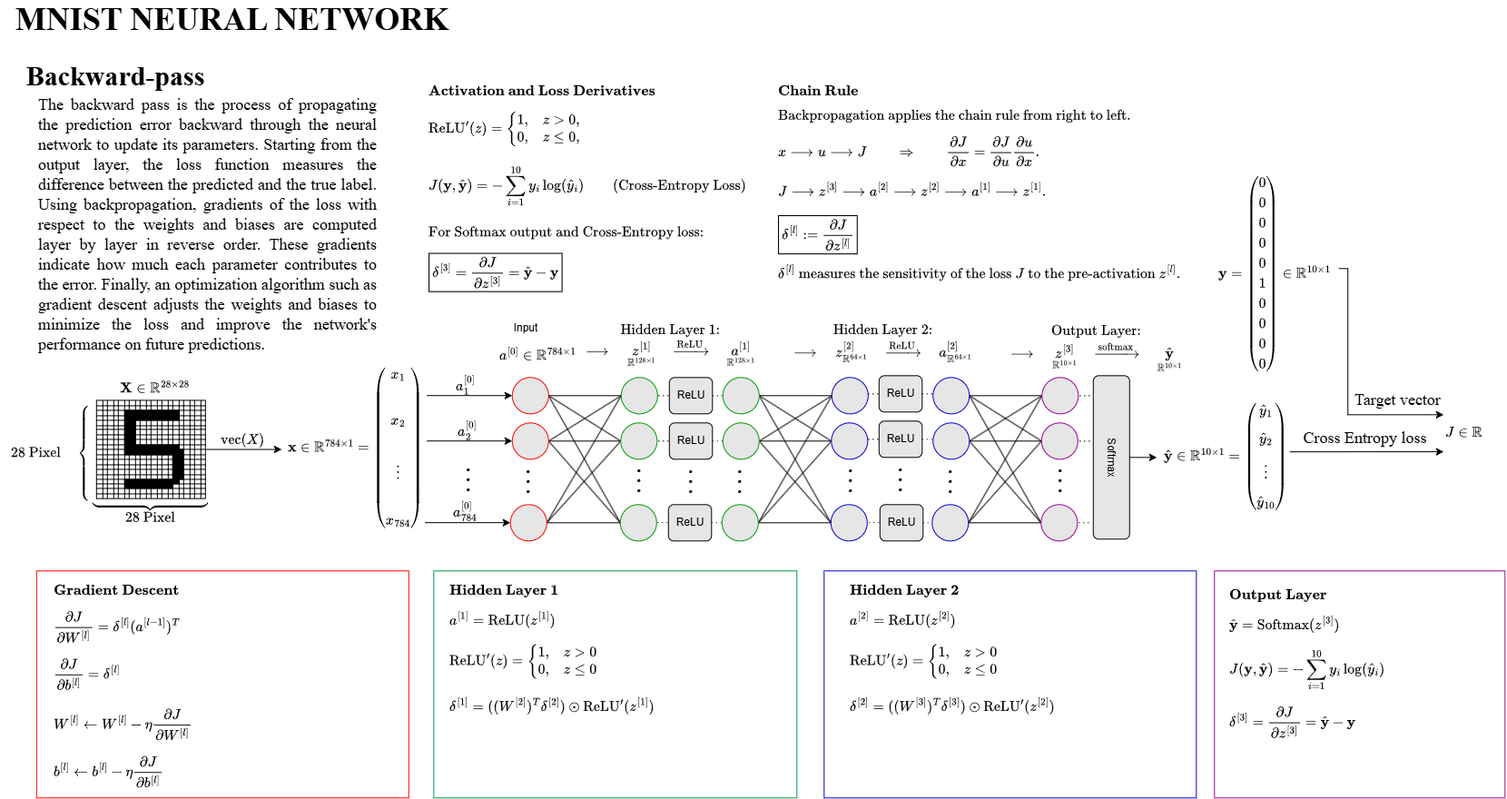
PaulStiebitz/Neural-Network keeps this draw.io diagram as Documents/Backward_pass_mindmap_math.drawio.png. Above is the earlier version. Source tidied: cells renumbered, new cells last; positions are measured from the earlier drawing's top-left corner, leaving out a move shared by most shapes.
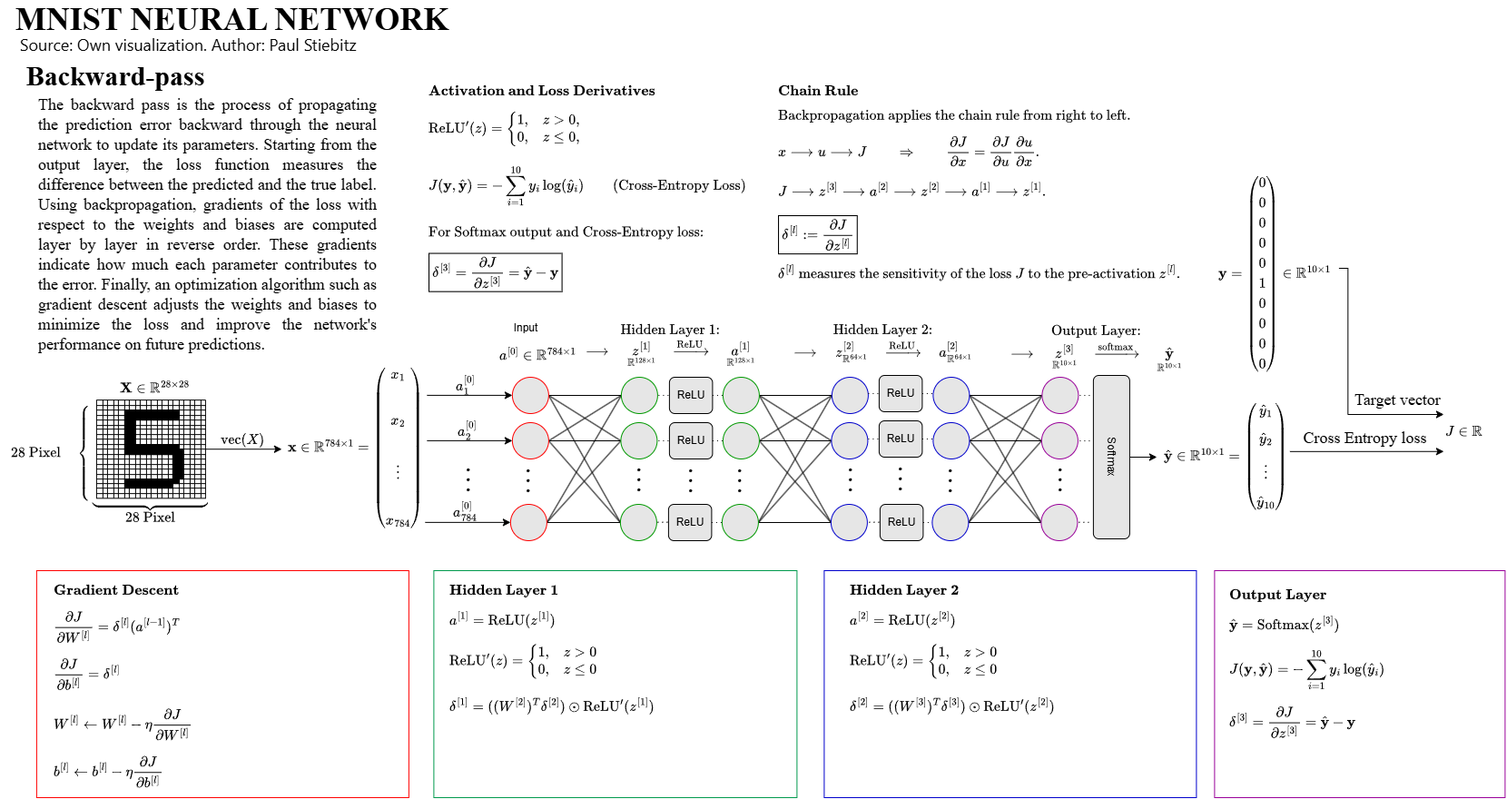
The same file after the commit.

What changed in the source:
```diff
@@ -1677,5 +1677,8 @@
     <mxCell id="537" value="&lt;div style=&quot;font-family:'Segoe UI';font-size:14px;font-style:normal;font-weight:400;line-height:20px&quot;&gt;&lt;div style=&quot;line-height: 20px;&quot;&gt;\( \begin{aligned} &amp;amp;\textbf{Output Layer} \\[6pt] &amp;amp;\hat{\mathbf y} = \operatorname{Softmax}(z^{[3]}) \\[8pt] &amp;amp;J(\mathbf y,\hat{\mathbf y}) = -\sum_{i=1}^{10} y_i\log(\hat y_i) \\[8pt] &amp;amp;\delta^{[3]} = \frac{\partial J}{\partial z^{[3]}} = \hat{\mathbf y}-\mathbf y \end{aligned} \)&lt;/div&gt;&lt;/div&gt;" style="text;whiteSpace=wrap;html=1;" parent="1" vertex="1">
       <mxGeometry x="1352.5" y="635" width="160" height="180" as="geometry" />
     </mxCell>
+    <mxCell id="538" value="&lt;div style=&quot;font-family: &amp;quot;Segoe UI&amp;quot;; font-style: normal; font-weight: 400; line-height: 20px;&quot;&gt;&lt;font style=&quot;font-size: 18px;&quot;&gt;Source: Own visualization. Author: Paul Stiebitz&lt;/font&gt;&lt;/div&gt;" style="text;whiteSpace=wrap;html=1;" parent="1" vertex="1">
+      <mxGeometry x="20" y="26" width="473.5" height="40" as="geometry" />
+    </mxCell>
   </root>
 </mxGraphModel>
```
